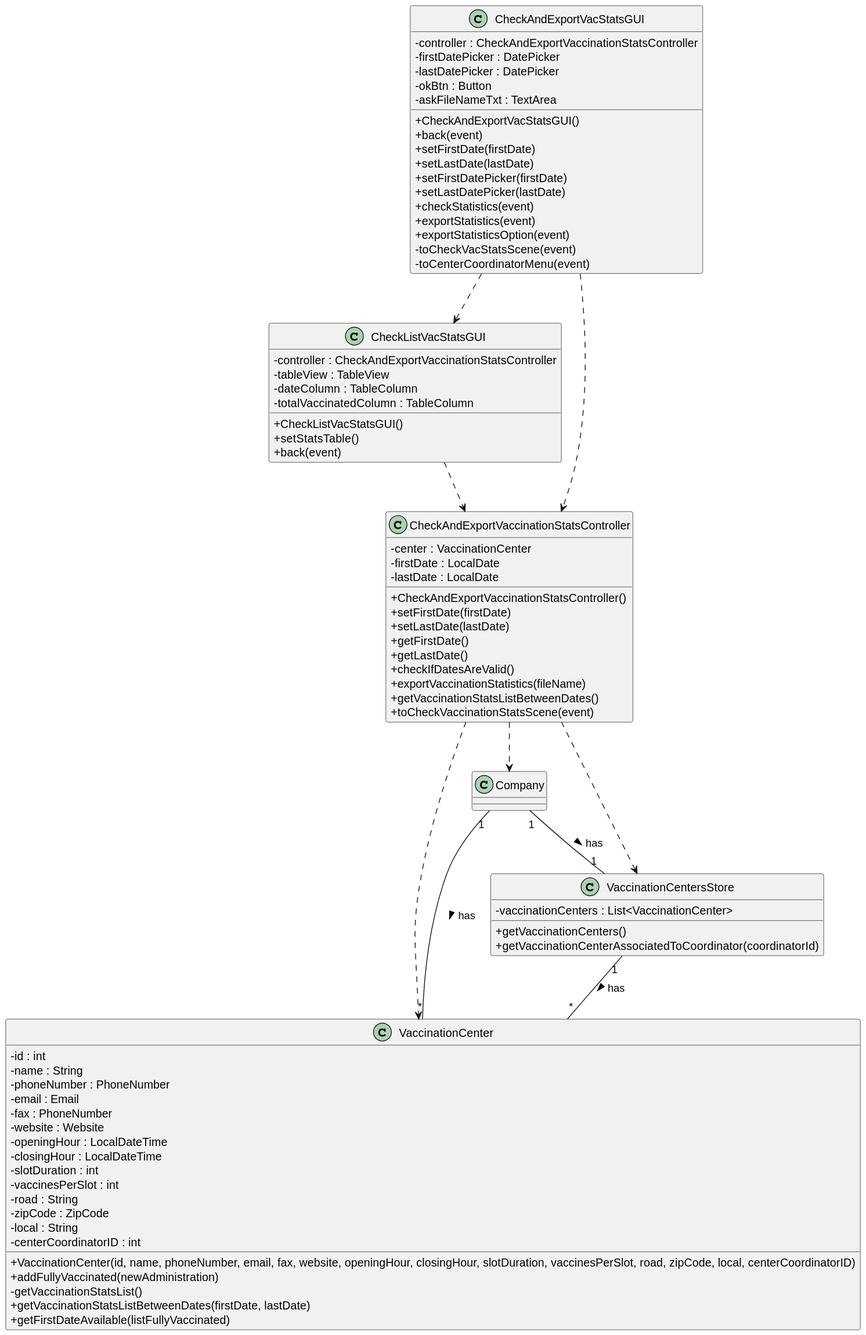
Before: docs/SprintD/US015/US015_CD.svg, a diagram exported from PlantUML (Pirussa/lei-22-s2-1da-g02).
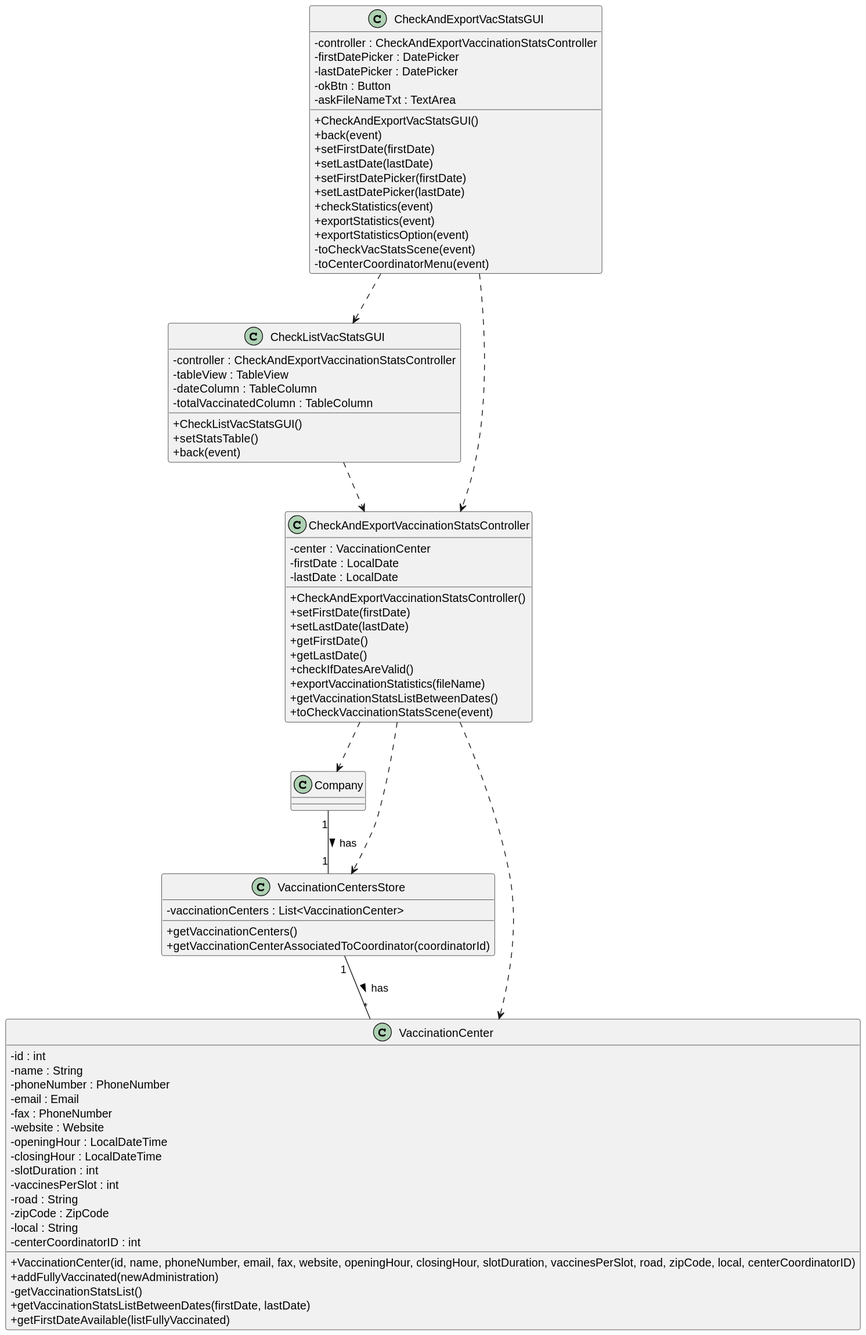
Above is the later version.

Commit message:
US16 - Design - Class Diagram completed - Domain Model updated US15 - Design - Class Diagram updated GENERAL -POM change to get the jar to be successfully generated

Diff of the diagram source:
```diff
@@ -100,7 +100,6 @@
 
 
 Company "1" -- "1" VaccinationCentersStore : has >
-Company "1" -- "*" VaccinationCenter : has >
 VaccinationCentersStore "1" -- "*" VaccinationCenter : has >
 
 
```
